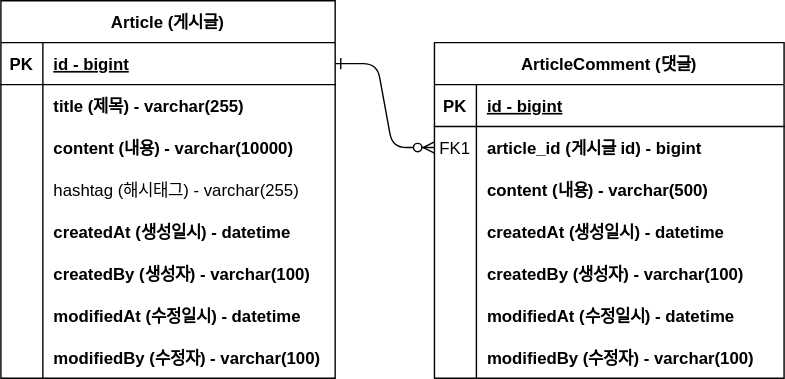
Earlier version of the draw.io export document/project-board-erd.svg (TaeHee00/Board). Source tidied: cells renumbered, new cells last; positions are measured from the earlier drawing's top-left corner, leaving out a move shared by most shapes.
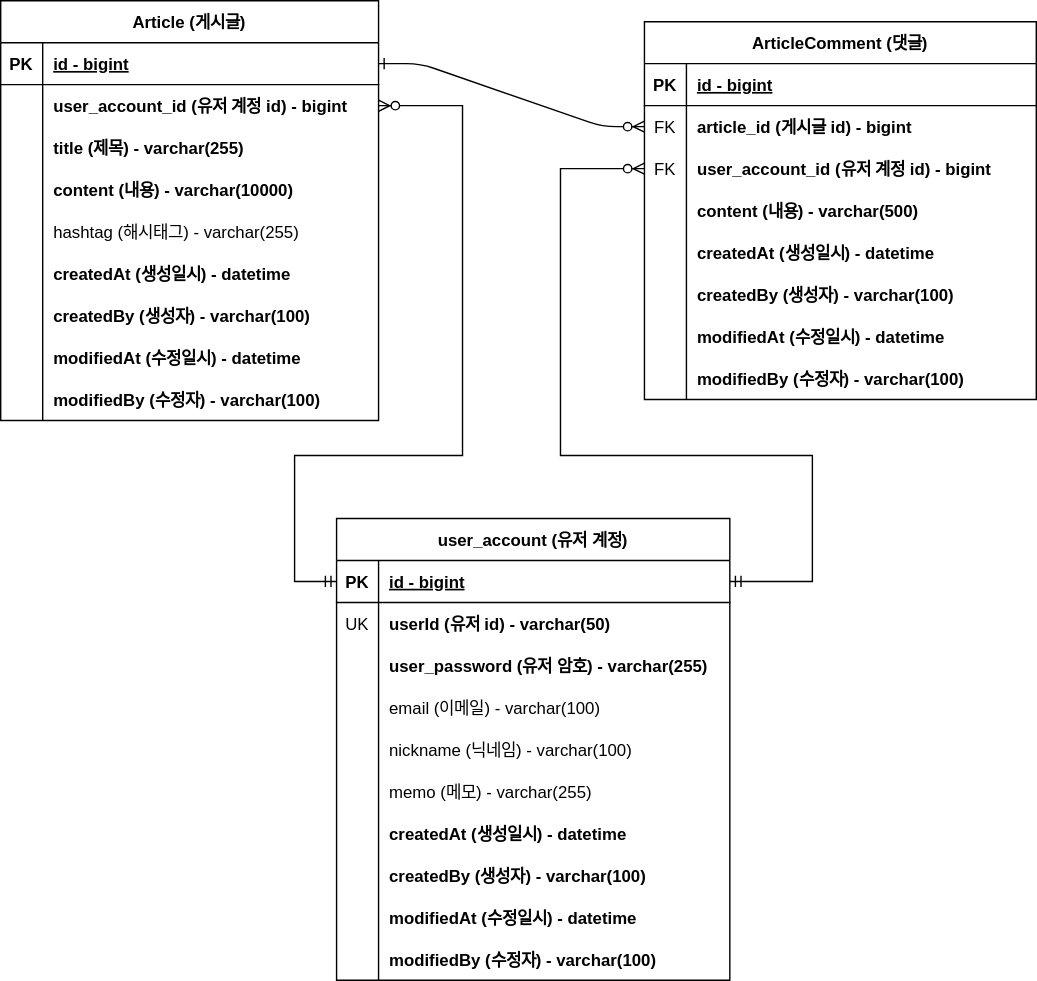
After the change.

Commit message:
#18 - 회원 계정 도메인 구현 및 erd 반영

Change to the diagram source:
```diff
@@ -8,6 +8,6 @@
     <mxCell id="3" value="ArticleComment (댓글)" style="shape=table;startSize=30;rowLines=0;fontStyle=1;align=center;" parent="1" vertex="1">
-      <mxGeometry x="310" y="30" width="250" height="240" as="geometry" />
+      <mxGeometry x="440" width="280" height="270" as="geometry" />
     </mxCell>
     <mxCell id="4" style="shape=partialRectangle;fillColor=none;top=0;left=0;right=0;bottom=1;" parent="3" vertex="1">
-      <mxGeometry y="30" width="250" height="30" as="geometry" />
+      <mxGeometry y="30" width="280" height="30" as="geometry" />
     </mxCell>
@@ -17,8 +17,8 @@
     <mxCell id="6" value="id - bigint" style="shape=partialRectangle;overflow=hidden;fillColor=none;top=0;left=0;bottom=0;right=0;align=left;spacingLeft=6;fontStyle=5;" parent="4" vertex="1">
-      <mxGeometry x="30" width="220" height="30" as="geometry" />
+      <mxGeometry x="30" width="250" height="30" as="geometry" />
     </mxCell>
     <mxCell id="7" style="shape=partialRectangle;fillColor=none;points=[[0,0.5],[1,0.5]];portConstraint=eastwest;top=0;left=0;right=0;bottom=0;" parent="3" vertex="1">
-      <mxGeometry y="60" width="250" height="30" as="geometry" />
+      <mxGeometry y="60" width="280" height="30" as="geometry" />
     </mxCell>
-    <mxCell id="8" value="FK1" style="shape=partialRectangle;overflow=hidden;fillColor=none;top=0;left=0;bottom=0;right=0;" parent="7" vertex="1">
+    <mxCell id="8" value="FK" style="shape=partialRectangle;overflow=hidden;fillColor=none;top=0;left=0;bottom=0;right=0;" parent="7" vertex="1">
       <mxGeometry width="30" height="30" as="geometry" />
@@ -26,6 +26,15 @@
     <mxCell id="9" value="article_id (게시글 id) - bigint" style="shape=partialRectangle;overflow=hidden;fillColor=none;top=0;left=0;bottom=0;right=0;align=left;spacingLeft=6;fontStyle=1;" parent="7" vertex="1">
-      <mxGeometry x="30" width="220" height="30" as="geometry" />
+      <mxGeometry x="30" width="250" height="30" as="geometry" />
     </mxCell>
+    <mxCell id="50" style="shape=partialRectangle;fillColor=none;points=[[0,0.5],[1,0.5]];portConstraint=eastwest;top=0;left=0;right=0;bottom=0;" parent="3" vertex="1">
+      <mxGeometry y="90" width="280" height="30" as="geometry" />
+    </mxCell>
+    <mxCell id="51" value="FK" style="shape=partialRectangle;overflow=hidden;fillColor=none;top=0;left=0;bottom=0;right=0;" parent="50" vertex="1">
+      <mxGeometry width="30" height="30" as="geometry" />
+    </mxCell>
+    <mxCell id="52" value="user_account_id (유저 계정 id) - bigint" style="shape=partialRectangle;overflow=hidden;fillColor=none;top=0;left=0;bottom=0;right=0;align=left;spacingLeft=6;fontStyle=1;" parent="50" vertex="1">
+      <mxGeometry x="30" width="250" height="30" as="geometry" />
+    </mxCell>
     <mxCell id="10" style="shape=partialRectangle;fillColor=none;top=0;left=0;right=0;bottom=0;" parent="3" vertex="1">
-      <mxGeometry y="90" width="250" height="30" as="geometry" />
+      <mxGeometry y="120" width="280" height="30" as="geometry" />
     </mxCell>
@@ -35,6 +44,6 @@
     <mxCell id="12" value="content (내용) - varchar(500)" style="shape=partialRectangle;overflow=hidden;fillColor=none;top=0;left=0;bottom=0;right=0;align=left;spacingLeft=6;fontStyle=1;" parent="10" vertex="1">
-      <mxGeometry x="30" width="220" height="30" as="geometry" />
+      <mxGeometry x="30" width="250" height="30" as="geometry" />
     </mxCell>
     <mxCell id="13" style="shape=partialRectangle;fillColor=none;top=0;left=0;right=0;bottom=0;" parent="3" vertex="1">
-      <mxGeometry y="120" width="250" height="30" as="geometry" />
+      <mxGeometry y="150" width="280" height="30" as="geometry" />
     </mxCell>
@@ -44,6 +53,6 @@
     <mxCell id="15" value="createdAt (생성일시) - datetime" style="shape=partialRectangle;overflow=hidden;fillColor=none;top=0;left=0;bottom=0;right=0;align=left;spacingLeft=6;fontStyle=1;" parent="13" vertex="1">
-      <mxGeometry x="30" width="220" height="30" as="geometry" />
+      <mxGeometry x="30" width="250" height="30" as="geometry" />
     </mxCell>
     <mxCell id="16" style="shape=partialRectangle;fillColor=none;top=0;left=0;right=0;bottom=0;" parent="3" vertex="1">
-      <mxGeometry y="150" width="250" height="30" as="geometry" />
+      <mxGeometry y="180" width="280" height="30" as="geometry" />
     </mxCell>
@@ -53,6 +62,6 @@
     <mxCell id="18" value="createdBy (생성자) - varchar(100)" style="shape=partialRectangle;overflow=hidden;fillColor=none;top=0;left=0;bottom=0;right=0;align=left;spacingLeft=6;fontStyle=1;" parent="16" vertex="1">
-      <mxGeometry x="30" width="220" height="30" as="geometry" />
+      <mxGeometry x="30" width="250" height="30" as="geometry" />
     </mxCell>
     <mxCell id="19" style="shape=partialRectangle;fillColor=none;top=0;left=0;right=0;bottom=0;" parent="3" vertex="1">
-      <mxGeometry y="180" width="250" height="30" as="geometry" />
+      <mxGeometry y="210" width="280" height="30" as="geometry" />
     </mxCell>
@@ -62,6 +71,6 @@
     <mxCell id="21" value="modifiedAt (수정일시) - datetime" style="shape=partialRectangle;overflow=hidden;fillColor=none;top=0;left=0;bottom=0;right=0;align=left;spacingLeft=6;fontStyle=1;" parent="19" vertex="1">
-      <mxGeometry x="30" width="220" height="30" as="geometry" />
+      <mxGeometry x="30" width="250" height="30" as="geometry" />
     </mxCell>
     <mxCell id="22" style="shape=partialRectangle;fillColor=none;top=0;left=0;right=0;bottom=0;" parent="3" vertex="1">
-      <mxGeometry y="210" width="250" height="30" as="geometry" />
+      <mxGeometry y="240" width="280" height="30" as="geometry" />
     </mxCell>
@@ -71,9 +80,9 @@
     <mxCell id="24" value="modifiedBy (수정자) - varchar(100)" style="shape=partialRectangle;overflow=hidden;fillColor=none;top=0;left=0;bottom=0;right=0;align=left;spacingLeft=6;fontStyle=1;" parent="22" vertex="1">
-      <mxGeometry x="30" width="220" height="30" as="geometry" />
+      <mxGeometry x="30" width="250" height="30" as="geometry" />
     </mxCell>
     <mxCell id="25" value="Article (게시글)" style="shape=table;startSize=30;rowLines=0;fontStyle=1;align=center;" parent="1" vertex="1">
-      <mxGeometry width="239" height="270" as="geometry" />
+      <mxGeometry x="-20" y="-15" width="270" height="300" as="geometry" />
     </mxCell>
     <mxCell id="26" style="shape=partialRectangle;fillColor=none;points=[[0,0.5],[1,0.5]];portConstraint=eastwest;top=0;left=0;right=0;bottom=1;" parent="25" vertex="1">
-      <mxGeometry y="30" width="239" height="30" as="geometry" />
+      <mxGeometry y="30" width="270" height="30" as="geometry" />
     </mxCell>
@@ -83,6 +92,6 @@
     <mxCell id="28" value="id - bigint" style="shape=partialRectangle;overflow=hidden;fillColor=none;top=0;left=0;bottom=0;right=0;align=left;spacingLeft=6;fontStyle=5;" parent="26" vertex="1">
-      <mxGeometry x="30" width="209" height="30" as="geometry" />
+      <mxGeometry x="30" width="240" height="30" as="geometry" />
     </mxCell>
     <mxCell id="29" style="shape=partialRectangle;fillColor=none;points=[[0,0.5],[1,0.5]];portConstraint=eastwest;top=0;left=0;right=0;bottom=0;" parent="25" vertex="1">
-      <mxGeometry y="60" width="239" height="30" as="geometry" />
+      <mxGeometry y="60" width="270" height="30" as="geometry" />
     </mxCell>
@@ -91,7 +100,16 @@
     </mxCell>
-    <mxCell id="31" value="title (제목) - varchar(255)" style="shape=partialRectangle;overflow=hidden;fillColor=none;top=0;left=0;bottom=0;right=0;align=left;spacingLeft=6;fontStyle=1;" parent="29" vertex="1">
-      <mxGeometry x="30" width="209" height="30" as="geometry" />
+    <mxCell id="31" value="user_account_id (유저 계정 id) - bigint" style="shape=partialRectangle;overflow=hidden;fillColor=none;top=0;left=0;bottom=0;right=0;align=left;spacingLeft=6;fontStyle=1;" parent="29" vertex="1">
+      <mxGeometry x="30" width="240" height="30" as="geometry" />
     </mxCell>
+    <mxCell id="53" style="shape=partialRectangle;fillColor=none;top=0;left=0;right=0;bottom=0;" parent="25" vertex="1">
+      <mxGeometry y="90" width="270" height="30" as="geometry" />
+    </mxCell>
+    <mxCell id="54" style="shape=partialRectangle;overflow=hidden;fillColor=none;top=0;left=0;bottom=0;right=0;" parent="53" vertex="1">
+      <mxGeometry width="30" height="30" as="geometry" />
+    </mxCell>
+    <mxCell id="55" value="title (제목) - varchar(255)" style="shape=partialRectangle;overflow=hidden;fillColor=none;top=0;left=0;bottom=0;right=0;align=left;spacingLeft=6;fontStyle=1;" parent="53" vertex="1">
+      <mxGeometry x="30" width="240" height="30" as="geometry" />
+    </mxCell>
     <mxCell id="32" style="shape=partialRectangle;fillColor=none;top=0;left=0;right=0;bottom=0;" parent="25" vertex="1">
-      <mxGeometry y="90" width="239" height="30" as="geometry" />
+      <mxGeometry y="120" width="270" height="30" as="geometry" />
     </mxCell>
@@ -101,6 +119,6 @@
     <mxCell id="34" value="content (내용) - varchar(10000)" style="shape=partialRectangle;overflow=hidden;fillColor=none;top=0;left=0;bottom=0;right=0;align=left;spacingLeft=6;fontStyle=1;" parent="32" vertex="1">
-      <mxGeometry x="30" width="209" height="30" as="geometry" />
+      <mxGeometry x="30" width="240" height="30" as="geometry" />
     </mxCell>
     <mxCell id="35" style="shape=partialRectangle;fillColor=none;top=0;left=0;right=0;bottom=0;" parent="25" vertex="1">
-      <mxGeometry y="120" width="239" height="30" as="geometry" />
+      <mxGeometry y="150" width="270" height="30" as="geometry" />
     </mxCell>
@@ -110,6 +128,6 @@
     <mxCell id="37" value="hashtag (해시태그) - varchar(255)" style="shape=partialRectangle;overflow=hidden;fillColor=none;top=0;left=0;bottom=0;right=0;align=left;spacingLeft=6;" parent="35" vertex="1">
-      <mxGeometry x="30" width="209" height="30" as="geometry" />
+      <mxGeometry x="30" width="240" height="30" as="geometry" />
     </mxCell>
     <mxCell id="38" style="shape=partialRectangle;fillColor=none;top=0;left=0;right=0;bottom=0;" parent="25" vertex="1">
-      <mxGeometry y="150" width="239" height="30" as="geometry" />
+      <mxGeometry y="180" width="270" height="30" as="geometry" />
     </mxCell>
@@ -119,6 +137,6 @@
     <mxCell id="40" value="createdAt (생성일시) - datetime" style="shape=partialRectangle;overflow=hidden;fillColor=none;top=0;left=0;bottom=0;right=0;align=left;spacingLeft=6;fontStyle=1;" parent="38" vertex="1">
-      <mxGeometry x="30" width="209" height="30" as="geometry" />
+      <mxGeometry x="30" width="240" height="30" as="geometry" />
     </mxCell>
     <mxCell id="41" style="shape=partialRectangle;fillColor=none;top=0;left=0;right=0;bottom=0;" parent="25" vertex="1">
-      <mxGeometry y="180" width="239" height="30" as="geometry" />
+      <mxGeometry y="210" width="270" height="30" as="geometry" />
     </mxCell>
@@ -128,6 +146,6 @@
     <mxCell id="43" value="createdBy (생성자) - varchar(100)" style="shape=partialRectangle;overflow=hidden;fillColor=none;top=0;left=0;bottom=0;right=0;align=left;spacingLeft=6;fontStyle=1;" parent="41" vertex="1">
-      <mxGeometry x="30" width="209" height="30" as="geometry" />
+      <mxGeometry x="30" width="240" height="30" as="geometry" />
     </mxCell>
     <mxCell id="44" style="shape=partialRectangle;fillColor=none;top=0;left=0;right=0;bottom=0;" parent="25" vertex="1">
-      <mxGeometry y="210" width="239" height="30" as="geometry" />
+      <mxGeometry y="240" width="270" height="30" as="geometry" />
     </mxCell>
@@ -137,6 +155,6 @@
     <mxCell id="46" value="modifiedAt (수정일시) - datetime" style="shape=partialRectangle;overflow=hidden;fillColor=none;top=0;left=0;bottom=0;right=0;align=left;spacingLeft=6;fontStyle=1;" parent="44" vertex="1">
-      <mxGeometry x="30" width="209" height="30" as="geometry" />
+      <mxGeometry x="30" width="240" height="30" as="geometry" />
     </mxCell>
     <mxCell id="47" style="shape=partialRectangle;fillColor=none;top=0;left=0;right=0;bottom=0;" parent="25" vertex="1">
-      <mxGeometry y="240" width="239" height="30" as="geometry" />
+      <mxGeometry y="270" width="270" height="30" as="geometry" />
     </mxCell>
@@ -146,4 +164,117 @@
     <mxCell id="49" value="modifiedBy (수정자) - varchar(100)" style="shape=partialRectangle;overflow=hidden;fillColor=none;top=0;left=0;bottom=0;right=0;align=left;spacingLeft=6;fontStyle=1;" parent="47" vertex="1">
-      <mxGeometry x="30" width="209" height="30" as="geometry" />
+      <mxGeometry x="30" width="240" height="30" as="geometry" />
     </mxCell>
+    <mxCell id="56" value="user_account (유저 계정)" style="shape=table;startSize=30;rowLines=0;fontStyle=1;align=center;" parent="1" vertex="1">
+      <mxGeometry x="220" y="355" width="281" height="330" as="geometry" />
+    </mxCell>
+    <mxCell id="57" style="shape=partialRectangle;fillColor=none;points=[[0,0.5],[1,0.5]];portConstraint=eastwest;top=0;left=0;right=0;bottom=1;" parent="56" vertex="1">
+      <mxGeometry y="30" width="281" height="30" as="geometry" />
+    </mxCell>
+    <mxCell id="58" value="PK" style="shape=partialRectangle;overflow=hidden;fillColor=none;top=0;left=0;bottom=0;right=0;fontStyle=1;" parent="57" vertex="1">
+      <mxGeometry width="30" height="30" as="geometry" />
+    </mxCell>
+    <mxCell id="59" value="id - bigint" style="shape=partialRectangle;overflow=hidden;fillColor=none;top=0;left=0;bottom=0;right=0;align=left;spacingLeft=6;fontStyle=5;" parent="57" vertex="1">
+      <mxGeometry x="30" width="251" height="30" as="geometry" />
+    </mxCell>
+    <mxCell id="60" style="shape=partialRectangle;fillColor=none;top=0;left=0;right=0;bottom=0;" parent="56" vertex="1">
+      <mxGeometry y="60" width="281" height="30" as="geometry" />
+    </mxCell>
+    <mxCell id="61" value="UK" style="shape=partialRectangle;overflow=hidden;fillColor=none;top=0;left=0;bottom=0;right=0;" parent="60" vertex="1">
+      <mxGeometry width="30" height="30" as="geometry" />
+    </mxCell>
+    <mxCell id="62" value="userId (유저 id) - varchar(50)" style="shape=partialRectangle;overflow=hidden;fillColor=none;top=0;left=0;bottom=0;right=0;align=left;spacingLeft=6;fontStyle=1;" parent="60" vertex="1">
+      <mxGeometry x="30" width="251" height="30" as="geometry" />
+    </mxCell>
+    <mxCell id="63" style="shape=partialRectangle;fillColor=none;top=0;left=0;right=0;bottom=0;" parent="56" vertex="1">
+      <mxGeometry y="90" width="281" height="30" as="geometry" />
+    </mxCell>
+    <mxCell id="64" style="shape=partialRectangle;overflow=hidden;fillColor=none;top=0;left=0;bottom=0;right=0;" parent="63" vertex="1">
+      <mxGeometry width="30" height="30" as="geometry" />
+    </mxCell>
+    <mxCell id="65" value="user_password (유저 암호) - varchar(255)" style="shape=partialRectangle;overflow=hidden;fillColor=none;top=0;left=0;bottom=0;right=0;align=left;spacingLeft=6;fontStyle=1;" parent="63" vertex="1">
+      <mxGeometry x="30" width="251" height="30" as="geometry" />
+    </mxCell>
+    <mxCell id="66" style="shape=partialRectangle;fillColor=none;top=0;left=0;right=0;bottom=0;" parent="56" vertex="1">
+      <mxGeometry y="120" width="281" height="30" as="geometry" />
+    </mxCell>
+    <mxCell id="67" style="shape=partialRectangle;overflow=hidden;fillColor=none;top=0;left=0;bottom=0;right=0;" parent="66" vertex="1">
+      <mxGeometry width="30" height="30" as="geometry" />
+    </mxCell>
+    <mxCell id="68" value="email (이메일) - varchar(100)" style="shape=partialRectangle;overflow=hidden;fillColor=none;top=0;left=0;bottom=0;right=0;align=left;spacingLeft=6;fontStyle=0;" parent="66" vertex="1">
+      <mxGeometry x="30" width="251" height="30" as="geometry" />
+    </mxCell>
+    <mxCell id="69" style="shape=partialRectangle;fillColor=none;top=0;left=0;right=0;bottom=0;" parent="56" vertex="1">
+      <mxGeometry y="150" width="281" height="30" as="geometry" />
+    </mxCell>
+    <mxCell id="70" style="shape=partialRectangle;overflow=hidden;fillColor=none;top=0;left=0;bottom=0;right=0;" parent="69" vertex="1">
+      <mxGeometry width="30" height="30" as="geometry" />
+    </mxCell>
+    <mxCell id="71" value="nickname (닉네임) - varchar(100)" style="shape=partialRectangle;overflow=hidden;fillColor=none;top=0;left=0;bottom=0;right=0;align=left;spacingLeft=6;fontStyle=0;" parent="69" vertex="1">
+      <mxGeometry x="30" width="251" height="30" as="geometry" />
+    </mxCell>
+    <mxCell id="72" style="shape=partialRectangle;fillColor=none;top=0;left=0;right=0;bottom=0;" parent="56" vertex="1">
+      <mxGeometry y="180" width="281" height="30" as="geometry" />
+    </mxCell>
+    <mxCell id="73" style="shape=partialRectangle;overflow=hidden;fillColor=none;top=0;left=0;bottom=0;right=0;" parent="72" vertex="1">
+      <mxGeometry width="30" height="30" as="geometry" />
+    </mxCell>
+    <mxCell id="74" value="memo (메모) - varchar(255)" style="shape=partialRectangle;overflow=hidden;fillColor=none;top=0;left=0;bottom=0;right=0;align=left;spacingLeft=6;fontStyle=0;" parent="72" vertex="1">
+      <mxGeometry x="30" width="251" height="30" as="geometry" />
+    </mxCell>
+    <mxCell id="75" style="shape=partialRectangle;fillColor=none;top=0;left=0;right=0;bottom=0;" parent="56" vertex="1">
+      <mxGeometry y="210" width="281" height="30" as="geometry" />
+    </mxCell>
+    <mxCell id="76" style="shape=partialRectangle;overflow=hidden;fillColor=none;top=0;left=0;bottom=0;right=0;" parent="75" vertex="1">
+      <mxGeometry width="30" height="30" as="geometry" />
+    </mxCell>
+    <mxCell id="77" value="createdAt (생성일시) - datetime" style="shape=partialRectangle;overflow=hidden;fillColor=none;top=0;left=0;bottom=0;right=0;align=left;spacingLeft=6;fontStyle=1;" parent="75" vertex="1">
+      <mxGeometry x="30" width="251" height="30" as="geometry" />
+    </mxCell>
+    <mxCell id="78" style="shape=partialRectangle;fillColor=none;top=0;left=0;right=0;bottom=0;" parent="56" vertex="1">
+      <mxGeometry y="240" width="281" height="30" as="geometry" />
+    </mxCell>
+    <mxCell id="79" style="shape=partialRectangle;overflow=hidden;fillColor=none;top=0;left=0;bottom=0;right=0;" parent="78" vertex="1">
+      <mxGeometry width="30" height="30" as="geometry" />
+    </mxCell>
+    <mxCell id="80" value="createdBy (생성자) - varchar(100)" style="shape=partialRectangle;overflow=hidden;fillColor=none;top=0;left=0;bottom=0;right=0;align=left;spacingLeft=6;fontStyle=1;" parent="78" vertex="1">
+      <mxGeometry x="30" width="251" height="30" as="geometry" />
+    </mxCell>
+    <mxCell id="81" style="shape=partialRectangle;fillColor=none;top=0;left=0;right=0;bottom=0;" parent="56" vertex="1">
+      <mxGeometry y="270" width="281" height="30" as="geometry" />
+    </mxCell>
+    <mxCell id="82" style="shape=partialRectangle;overflow=hidden;fillColor=none;top=0;left=0;bottom=0;right=0;" parent="81" vertex="1">
+      <mxGeometry width="30" height="30" as="geometry" />
+    </mxCell>
+    <mxCell id="83" value="modifiedAt (수정일시) - datetime" style="shape=partialRectangle;overflow=hidden;fillColor=none;top=0;left=0;bottom=0;right=0;align=left;spacingLeft=6;fontStyle=1;" parent="81" vertex="1">
+      <mxGeometry x="30" width="251" height="30" as="geometry" />
+    </mxCell>
+    <mxCell id="84" style="shape=partialRectangle;fillColor=none;top=0;left=0;right=0;bottom=0;" parent="56" vertex="1">
+      <mxGeometry y="300" width="281" height="30" as="geometry" />
+    </mxCell>
+    <mxCell id="85" style="shape=partialRectangle;overflow=hidden;fillColor=none;top=0;left=0;bottom=0;right=0;" parent="84" vertex="1">
+      <mxGeometry width="30" height="30" as="geometry" />
+    </mxCell>
+    <mxCell id="86" value="modifiedBy (수정자) - varchar(100)" style="shape=partialRectangle;overflow=hidden;fillColor=none;top=0;left=0;bottom=0;right=0;align=left;spacingLeft=6;fontStyle=1;" parent="84" vertex="1">
+      <mxGeometry x="30" width="251" height="30" as="geometry" />
+    </mxCell>
+    <mxCell id="87" style="edgeStyle=orthogonalEdgeStyle;fontSize=12;html=1;endArrow=ERzeroToMany;startArrow=ERmandOne;rounded=0;entryX=1;entryY=0.5;entryDx=0;entryDy=0;exitX=0;exitY=0.5;exitDx=0;exitDy=0;" parent="1" edge="1" source="57" target="29">
+      <mxGeometry relative="1" as="geometry">
+        <Array as="points">
+          <mxPoint x="190" y="400" />
+          <mxPoint x="190" y="310" />
+          <mxPoint x="310" y="310" />
+          <mxPoint x="310" y="60" />
+        </Array>
+      </mxGeometry>
+    </mxCell>
+    <mxCell id="88" style="edgeStyle=orthogonalEdgeStyle;fontSize=12;html=1;endArrow=ERzeroToMany;startArrow=ERmandOne;rounded=0;entryX=0;entryY=0.5;entryDx=0;entryDy=0;exitX=1;exitY=0.5;exitDx=0;exitDy=0;" parent="1" edge="1" source="57" target="50">
+      <mxGeometry relative="1" as="geometry">
+        <Array as="points">
+          <mxPoint x="560" y="400" />
+          <mxPoint x="560" y="310" />
+          <mxPoint x="380" y="310" />
+          <mxPoint x="380" y="105" />
+        </Array>
+      </mxGeometry>
+    </mxCell>
   </root>
```
